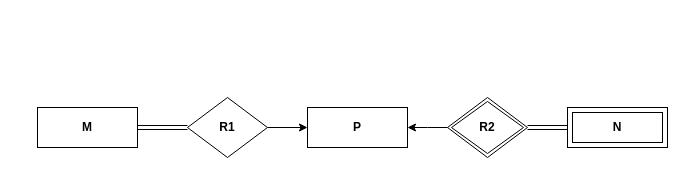
Above: Entidad_Relacion.drawio in ByronCOR/ESTRUDATOS (draw.io), before the change. Source tidied: cells renumbered, new cells numbered last; positions are measured from the earlier drawing's top-left corner, leaving out a move shared by most shapes. Both pictures are drawn from the tidied source at 100%, with x=0, y=0 at pixel (37, 97).
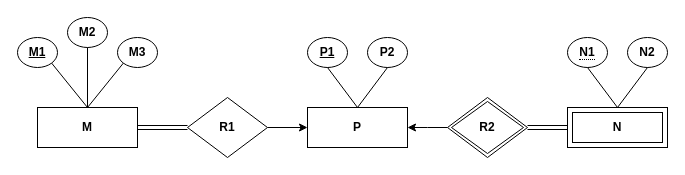
The same page after the edit.

Unchanged cells that the change refers to:
```xml
<mxCell id="2" value="&lt;b&gt;N&lt;/b&gt;" style="shape=ext;margin=3;double=1;whiteSpace=wrap;html=1;align=center;" parent="1" vertex="1">
  <mxGeometry x="530" y="10" width="100" height="40" as="geometry" />
</mxCell>
<mxCell id="7" value="&lt;b&gt;P&lt;/b&gt;" style="whiteSpace=wrap;html=1;align=center;" parent="1" vertex="1">
  <mxGeometry x="270" y="10" width="100" height="40" as="geometry" />
</mxCell>
<mxCell id="8" value="&lt;b&gt;M&lt;/b&gt;" style="whiteSpace=wrap;html=1;align=center;" parent="1" vertex="1">
  <mxGeometry y="10" width="100" height="40" as="geometry" />
</mxCell>
```

What changed in the source:
```diff
@@
+    <mxCell id="13" value="&lt;b&gt;M1&lt;/b&gt;" style="ellipse;whiteSpace=wrap;html=1;align=center;fontStyle=4;" parent="1" vertex="1">
+      <mxGeometry x="-20" y="-60" width="40" height="30" as="geometry" />
+    </mxCell>
+    <mxCell id="14" value="&lt;b&gt;M2&lt;/b&gt;" style="ellipse;whiteSpace=wrap;html=1;align=center;" parent="1" vertex="1">
+      <mxGeometry x="30" y="-80" width="40" height="30" as="geometry" />
+    </mxCell>
+    <mxCell id="15" value="&lt;b&gt;M3&lt;/b&gt;" style="ellipse;whiteSpace=wrap;html=1;align=center;" parent="1" vertex="1">
+      <mxGeometry x="80" y="-60" width="40" height="30" as="geometry" />
+    </mxCell>
+    <mxCell id="16" style="endArrow=none;html=1;rounded=0;exitX=1;exitY=1;exitDx=0;exitDy=0;entryX=0.5;entryY=0;entryDx=0;entryDy=0;" parent="1" edge="1" source="13" target="8">
+      <mxGeometry relative="1" as="geometry" />
+    </mxCell>
+    <mxCell id="17" style="endArrow=none;html=1;rounded=0;exitX=0.5;exitY=1;exitDx=0;exitDy=0;entryX=0.5;entryY=0;entryDx=0;entryDy=0;" parent="1" edge="1" source="14" target="8">
+      <mxGeometry relative="1" as="geometry" />
+    </mxCell>
+    <mxCell id="18" style="endArrow=none;html=1;rounded=0;exitX=0;exitY=1;exitDx=0;exitDy=0;entryX=0.5;entryY=0;entryDx=0;entryDy=0;" parent="1" edge="1" source="15" target="8">
+      <mxGeometry relative="1" as="geometry" />
+    </mxCell>
+    <mxCell id="19" value="&lt;b&gt;P1&lt;/b&gt;" style="ellipse;whiteSpace=wrap;html=1;align=center;fontStyle=4;" parent="1" vertex="1">
+      <mxGeometry x="270" y="-60" width="40" height="30" as="geometry" />
+    </mxCell>
+    <mxCell id="20" value="&lt;b&gt;P2&lt;/b&gt;" style="ellipse;whiteSpace=wrap;html=1;align=center;" parent="1" vertex="1">
+      <mxGeometry x="330" y="-60" width="40" height="30" as="geometry" />
+    </mxCell>
+    <mxCell id="21" style="endArrow=none;html=1;rounded=0;exitX=0.5;exitY=1;exitDx=0;exitDy=0;entryX=0.5;entryY=0;entryDx=0;entryDy=0;" parent="1" edge="1" source="20" target="7">
+      <mxGeometry relative="1" as="geometry" />
+    </mxCell>
+    <mxCell id="22" style="endArrow=none;html=1;rounded=0;exitX=0.5;exitY=1;exitDx=0;exitDy=0;entryX=0.5;entryY=0;entryDx=0;entryDy=0;" parent="1" edge="1" source="19" target="7">
+      <mxGeometry relative="1" as="geometry" />
+    </mxCell>
+    <mxCell id="23" value="&lt;span style=&quot;border-bottom: 1px dotted&quot;&gt;&lt;b&gt;&lt;font style=&quot;font-size: 12px;&quot;&gt;N1&lt;/font&gt;&lt;/b&gt;&lt;/span&gt;" style="ellipse;whiteSpace=wrap;html=1;align=center;" parent="1" vertex="1">
+      <mxGeometry x="530" y="-60" width="40" height="30" as="geometry" />
+    </mxCell>
+    <mxCell id="24" value="&lt;b&gt;N2&lt;/b&gt;" style="ellipse;whiteSpace=wrap;html=1;align=center;" parent="1" vertex="1">
+      <mxGeometry x="590" y="-60" width="40" height="30" as="geometry" />
+    </mxCell>
+    <mxCell id="25" style="endArrow=none;html=1;rounded=0;exitX=0.5;exitY=1;exitDx=0;exitDy=0;entryX=0.5;entryY=0;entryDx=0;entryDy=0;" parent="1" edge="1" source="24" target="2">
+      <mxGeometry relative="1" as="geometry" />
+    </mxCell>
+    <mxCell id="26" style="endArrow=none;html=1;rounded=0;exitX=0.5;exitY=1;exitDx=0;exitDy=0;entryX=0.5;entryY=0;entryDx=0;entryDy=0;" parent="1" edge="1" source="23" target="2">
+      <mxGeometry relative="1" as="geometry" />
+    </mxCell>
```
